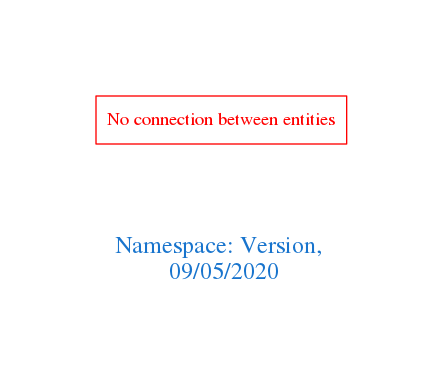
arago/OGIT keeps this Graphviz diagram as downloads/Version.png. Above is the earlier version. Its source is kept beside it as downloads/Version.dot.
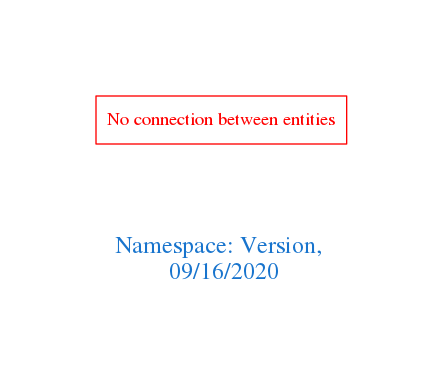
Later version of the same file.

What changed in the source:
```diff
@@ -1,7 +1,7 @@
 digraph OGIT_ontology {
  graph [ rankdir= LR,pad=1
 fontsize = 18,
-fontcolor= dodgerblue3,label = "\n\n\nNamespace: Version, \n 09/05/2020"];
+fontcolor= dodgerblue3,label = "\n\n\nNamespace: Version, \n 09/16/2020"];
 node[shape=polygon];
 edge [  color="gray81"];
 
```
